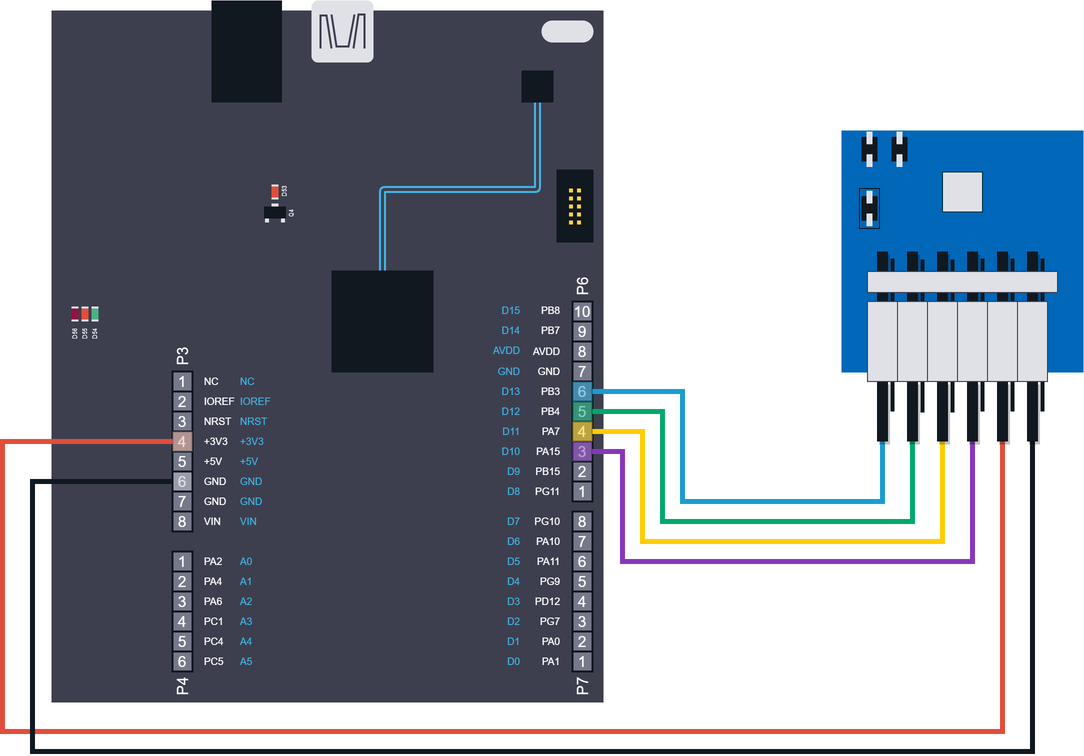
Above: RT-STM32F469I-EVAL-SDP-CK1Z-ADXL355/WIRING_SDPK1_ADXL355.png in rbudai98/chibiOS-drivers (draw.io), before the change. Source tidied: cells renumbered, new cells last; positions are measured from the earlier drawing's top-left corner, leaving out a move shared by most shapes.
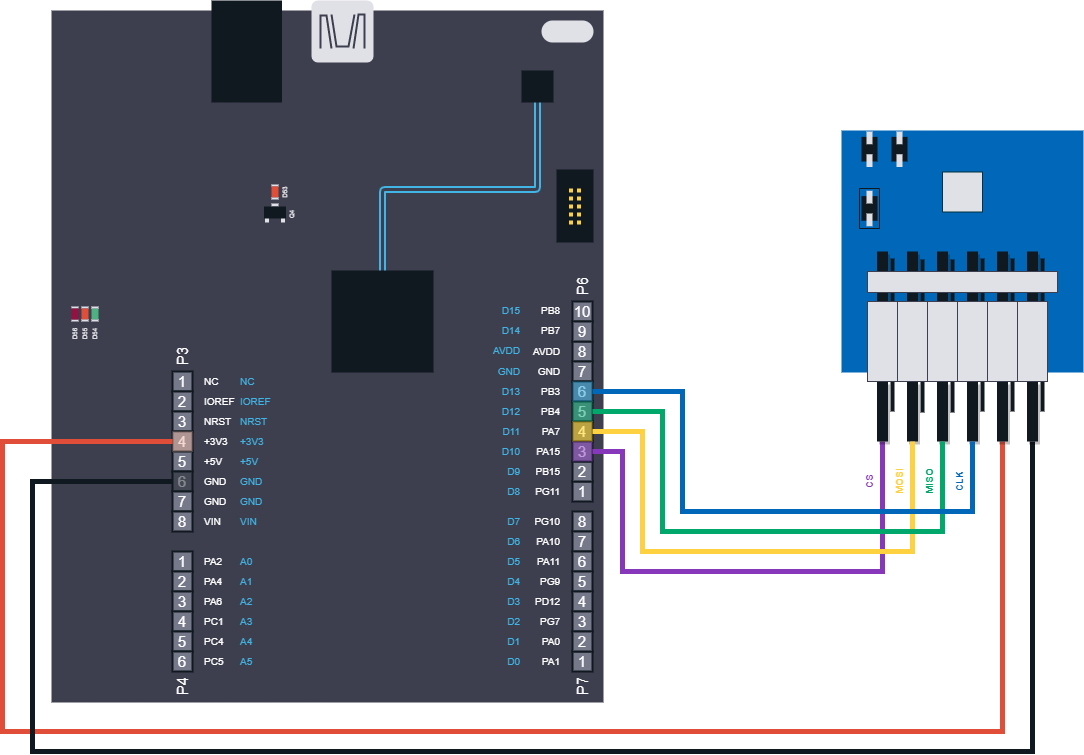
The same file after the commit.

Commit message:
sdpk1-adxl: update wiring diagram with correct spi order

What changed in the source:
```diff
@@ -463,13 +463,13 @@
     <mxCell id="146" value="3" style="rounded=0;whiteSpace=wrap;html=1;strokeColor=#101820;strokeWidth=2;fontFamily=Arial;fontSize=15;fontColor=#FFFFFF;fillColor=#767989;" parent="1" vertex="1">
       <mxGeometry x="570" y="440" width="20" height="20" as="geometry" />
     </mxCell>
-    <mxCell id="147" style="endArrow=none;html=1;rounded=0;strokeColor=#1B9CD0;strokeWidth=5;fontFamily=Arial;fontSize=20;fontColor=#101820;fillColor=#C0E0F7;endSize=6;startSize=6;targetPerimeterSpacing=0;startArrow=none;startFill=0;endFill=0;exitX=1;exitY=0.5;exitDx=0;exitDy=0;" parent="1" edge="1" source="148">
+    <mxCell id="147" style="endArrow=none;html=1;rounded=0;strokeColor=#8637BA;strokeWidth=5;fontFamily=Arial;fontSize=20;fontColor=#101820;fillColor=#8637BA;endSize=6;startSize=6;targetPerimeterSpacing=0;startArrow=none;startFill=0;endFill=0;exitX=1;exitY=0.5;exitDx=0;exitDy=0;" parent="1" edge="1" source="169">
       <mxGeometry relative="1" as="geometry">
         <mxPoint x="880" y="440" as="targetPoint" />
         <Array as="points">
-          <mxPoint x="680" y="390" />
-          <mxPoint x="680" y="500" />
-          <mxPoint x="880" y="500" />
+          <mxPoint x="620" y="450" />
+          <mxPoint x="620" y="570" />
+          <mxPoint x="880" y="570" />
         </Array>
       </mxGeometry>
     </mxCell>
@@ -535,47 +535,14 @@
     <mxCell id="163" style="rounded=0;whiteSpace=wrap;html=1;shadow=0;strokeColor=#101820;strokeWidth=1;fontFamily=Arial;fontSize=20;fontColor=#101820;fillColor=none;rotation=-90;" parent="1" vertex="1">
       <mxGeometry x="847" y="197" width="40" height="20" as="geometry" />
     </mxCell>
-    <mxCell id="164" style="endArrow=none;html=1;rounded=0;strokeColor=#00A86B;strokeWidth=5;fontFamily=Arial;fontSize=20;fontColor=#101820;fillColor=#00A86B;endSize=6;startSize=6;targetPerimeterSpacing=0;startArrow=none;startFill=0;endFill=0;exitX=1;exitY=0.5;exitDx=0;exitDy=0;" parent="1" edge="1" source="165">
-      <mxGeometry relative="1" as="geometry">
-        <mxPoint x="910" y="440" as="targetPoint" />
-        <Array as="points">
-          <mxPoint x="660" y="410" />
-          <mxPoint x="660" y="470" />
-          <mxPoint x="660" y="520" />
-          <mxPoint x="910" y="520" />
-        </Array>
-      </mxGeometry>
-    </mxCell>
     <mxCell id="165" style="whiteSpace=wrap;html=1;strokeColor=none;strokeWidth=2;fontFamily=Arial;fontSize=20;fontColor=#FFFFFF;fillColor=#00A86B;fillOpacity=50;" parent="1" vertex="1">
       <mxGeometry x="570" y="400" width="20" height="20" as="geometry" />
     </mxCell>
-    <mxCell id="166" style="endArrow=none;html=1;rounded=0;strokeColor=#FFCD00;strokeWidth=5;fontFamily=Arial;fontSize=20;fontColor=#101820;fillColor=#FFCD00;endSize=6;startSize=6;targetPerimeterSpacing=0;startArrow=none;startFill=0;endFill=0;exitX=1;exitY=0.5;exitDx=0;exitDy=0;" parent="1" edge="1" source="167">
-      <mxGeometry relative="1" as="geometry">
-        <mxPoint x="940" y="440" as="targetPoint" />
-        <Array as="points">
-          <mxPoint x="640" y="430" />
-          <mxPoint x="640" y="480" />
-          <mxPoint x="640" y="540" />
-          <mxPoint x="940" y="540" />
-        </Array>
-      </mxGeometry>
-    </mxCell>
     <mxCell id="167" style="whiteSpace=wrap;html=1;strokeColor=none;strokeWidth=2;fontFamily=Arial;fontSize=20;fontColor=#FFFFFF;fillColor=#FFCD00;fillOpacity=50;" parent="1" vertex="1">
       <mxGeometry x="570" y="420" width="20" height="20" as="geometry" />
     </mxCell>
-    <mxCell id="168" style="endArrow=none;html=1;rounded=0;strokeColor=#8637BA;strokeWidth=5;fontFamily=Arial;fontSize=20;fontColor=#101820;fillColor=#8637BA;endSize=6;startSize=6;targetPerimeterSpacing=0;startArrow=none;startFill=0;endFill=0;exitX=1;exitY=0.5;exitDx=0;exitDy=0;" parent="1" edge="1" source="169">
-      <mxGeometry relative="1" as="geometry">
-        <mxPoint x="970" y="440" as="targetPoint" />
-        <Array as="points">
-          <mxPoint x="620" y="450" />
-          <mxPoint x="620" y="500" />
-          <mxPoint x="620" y="560" />
-          <mxPoint x="970" y="560" />
-        </Array>
-      </mxGeometry>
-    </mxCell>
     <mxCell id="169" style="whiteSpace=wrap;html=1;strokeColor=none;strokeWidth=2;fontFamily=Arial;fontSize=20;fontColor=#FFFFFF;fillColor=#8637BA;fillOpacity=50;" parent="1" vertex="1">
-      <mxGeometry x="569.5" y="440" width="20" height="20" as="geometry" />
+      <mxGeometry x="570" y="440" width="20" height="20" as="geometry" />
     </mxCell>
     <mxCell id="170" style="endArrow=none;html=1;rounded=0;strokeColor=#E04E39;strokeWidth=5;fontFamily=Arial;fontSize=20;fontColor=#101820;fillColor=#E8B49F;endSize=6;startSize=6;targetPerimeterSpacing=0;startArrow=none;startFill=0;endFill=0;exitX=0;exitY=0.5;exitDx=0;exitDy=0;" parent="1" edge="1" source="171">
       <mxGeometry relative="1" as="geometry">
@@ -601,7 +568,7 @@
         </Array>
       </mxGeometry>
     </mxCell>
-    <mxCell id="173" style="whiteSpace=wrap;html=1;strokeColor=#101820;strokeWidth=2;fontFamily=Arial;fontSize=20;fontColor=#101820;fillColor=#BDBFCA;fillOpacity=50;" parent="1" vertex="1">
+    <mxCell id="173" style="whiteSpace=wrap;html=1;strokeColor=none;strokeWidth=2;fontFamily=Arial;fontSize=20;fontColor=#FFFFFF;fillColor=#101820;fillOpacity=50;" parent="1" vertex="1">
       <mxGeometry x="170" y="470" width="20" height="20" as="geometry" />
     </mxCell>
     <mxCell id="174" style="endArrow=none;html=1;rounded=0;strokeColor=#101820;strokeWidth=11;fontFamily=Arial;fontSize=20;fontColor=#101820;fillColor=#101820;shadow=1;endSize=8;startSize=8;jumpSize=9;" parent="1" edge="1" target="193">
@@ -711,5 +678,47 @@
     <mxCell id="198" style="rounded=0;whiteSpace=wrap;html=1;strokeColor=#3D3F4F;strokeWidth=1;fontFamily=Arial;fontSize=20;fontColor=#3D3F4F;fillColor=#E0E1E7;" parent="1" vertex="1">
       <mxGeometry x="1015" y="300" width="30" height="80" as="geometry" />
     </mxCell>
+    <mxCell id="199" style="endArrow=none;html=1;rounded=0;strokeColor=#FED141;strokeWidth=5;fontFamily=Arial;fontSize=20;fontColor=#101820;fillColor=#FED141;endSize=6;startSize=6;targetPerimeterSpacing=0;startArrow=none;startFill=0;endFill=0;exitX=1;exitY=0.5;exitDx=0;exitDy=0;" parent="1" edge="1" source="145">
+      <mxGeometry relative="1" as="geometry">
+        <mxPoint x="910" y="440" as="targetPoint" />
+        <Array as="points">
+          <mxPoint x="640" y="430" />
+          <mxPoint x="640" y="550" />
+          <mxPoint x="910" y="550" />
+        </Array>
+      </mxGeometry>
+    </mxCell>
+    <mxCell id="200" style="endArrow=none;html=1;rounded=0;strokeColor=#00A86B;strokeWidth=5;fontFamily=Arial;fontSize=20;fontColor=#101820;fillColor=#00A86B;endSize=6;startSize=6;targetPerimeterSpacing=0;startArrow=none;startFill=0;endFill=0;exitX=1;exitY=0.5;exitDx=0;exitDy=0;" parent="1" edge="1" source="144">
+      <mxGeometry relative="1" as="geometry">
+        <mxPoint x="940" y="440" as="targetPoint" />
+        <Array as="points">
+          <mxPoint x="660" y="410" />
+          <mxPoint x="660" y="530" />
+          <mxPoint x="940" y="530" />
+        </Array>
+      </mxGeometry>
+    </mxCell>
+    <mxCell id="201" style="endArrow=none;html=1;rounded=0;strokeColor=#0067B9;strokeWidth=5;fontFamily=Arial;fontSize=20;fontColor=#101820;fillColor=#0067B9;endSize=6;startSize=6;targetPerimeterSpacing=0;startArrow=none;startFill=0;endFill=0;exitX=1;exitY=0.5;exitDx=0;exitDy=0;" parent="1" edge="1" source="148">
+      <mxGeometry relative="1" as="geometry">
+        <mxPoint x="970" y="440" as="targetPoint" />
+        <Array as="points">
+          <mxPoint x="680" y="390" />
+          <mxPoint x="680" y="510" />
+          <mxPoint x="970" y="510" />
+        </Array>
+      </mxGeometry>
+    </mxCell>
+    <mxCell id="202" value="&lt;span style=&quot;font-size: 10px;&quot;&gt;&lt;font color=&quot;#0067b9&quot;&gt;&lt;b&gt;CLK&lt;/b&gt;&lt;/font&gt;&lt;/span&gt;" style="rounded=0;whiteSpace=wrap;html=1;strokeColor=none;strokeWidth=2;fillColor=none;fontFamily=Arial;fontSize=6;fontColor=#41B6E6;align=center;flipH=1;flipV=1;rotation=-90;" parent="1" vertex="1">
+      <mxGeometry x="947" y="470" width="20" height="20" as="geometry" />
+    </mxCell>
+    <mxCell id="203" value="&lt;span style=&quot;font-size: 10px;&quot;&gt;&lt;b style=&quot;&quot;&gt;&lt;font color=&quot;#00a86b&quot;&gt;MISO&lt;/font&gt;&lt;/b&gt;&lt;/span&gt;" style="rounded=0;whiteSpace=wrap;html=1;strokeColor=none;strokeWidth=2;fillColor=none;fontFamily=Arial;fontSize=6;fontColor=#41B6E6;align=center;flipH=1;flipV=1;rotation=-90;" parent="1" vertex="1">
+      <mxGeometry x="917" y="470" width="20" height="20" as="geometry" />
+    </mxCell>
+    <mxCell id="204" value="&lt;span style=&quot;font-size: 10px;&quot;&gt;&lt;b style=&quot;&quot;&gt;&lt;font color=&quot;#fed141&quot;&gt;MOSI&lt;/font&gt;&lt;/b&gt;&lt;/span&gt;" style="rounded=0;whiteSpace=wrap;html=1;strokeColor=none;strokeWidth=2;fillColor=none;fontFamily=Arial;fontSize=6;fontColor=#41B6E6;align=center;flipH=1;flipV=1;rotation=-90;" parent="1" vertex="1">
+      <mxGeometry x="887" y="470" width="20" height="20" as="geometry" />
+    </mxCell>
+    <mxCell id="205" value="&lt;span style=&quot;font-size: 10px;&quot;&gt;&lt;b style=&quot;&quot;&gt;&lt;font color=&quot;#8637ba&quot;&gt;CS&lt;/font&gt;&lt;/b&gt;&lt;/span&gt;" style="rounded=0;whiteSpace=wrap;html=1;strokeColor=none;strokeWidth=2;fillColor=none;fontFamily=Arial;fontSize=6;fontColor=#41B6E6;align=center;flipH=1;flipV=1;rotation=-90;" parent="1" vertex="1">
+      <mxGeometry x="857" y="470" width="20" height="20" as="geometry" />
+    </mxCell>
   </root>
 </mxGraphModel>
```
